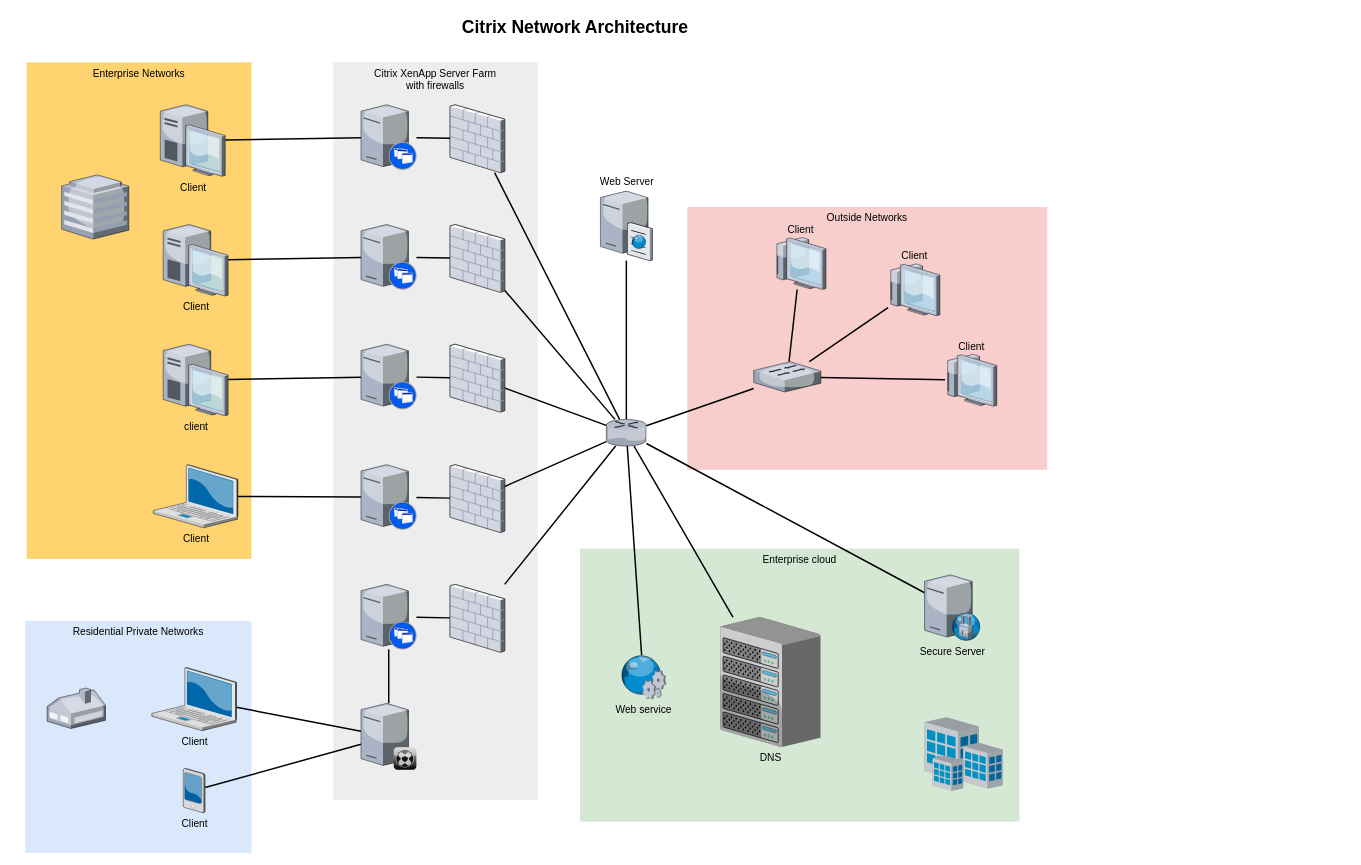
Before: architecture/mall-architecture.drawio in kyoDaddy/spring-cloud-multi-module, a draw.io diagram. Source tidied: cells renumbered, new cells numbered last; positions are measured from the earlier drawing's top-left corner, leaving out a move shared by most shapes. Both pictures are drawn from the tidied source at 73%, with x=0, y=0 at pixel (25, 12).
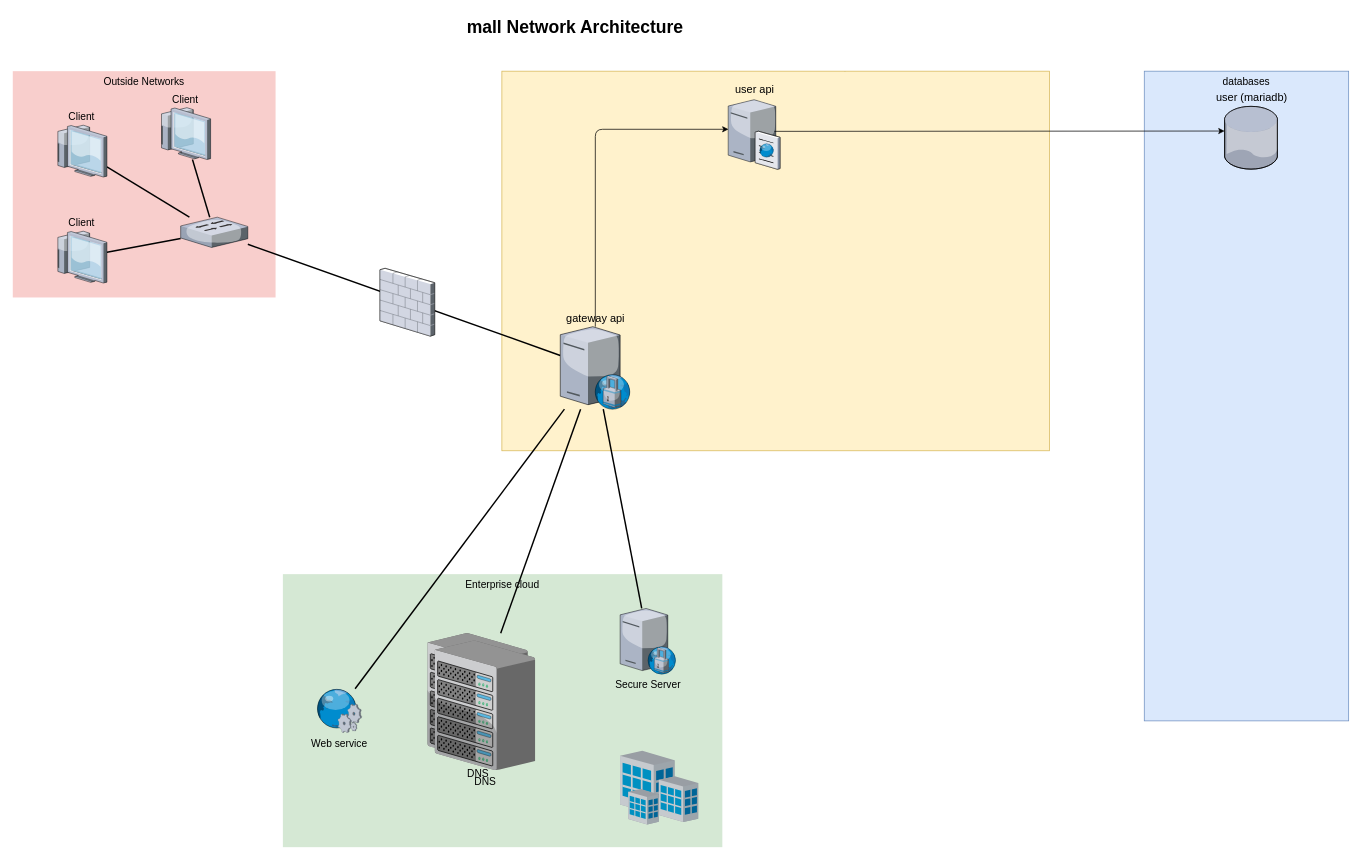
The same diagram, later.

Diff of the diagram source:
```diff
@@
+    <mxCell id="62" style="edgeStyle=orthogonalEdgeStyle;rounded=0;jettySize=auto;html=1;" parent="1" edge="1" source="63">
+      <mxGeometry relative="1" as="geometry">
+        <mxPoint x="1123" y="180" as="targetPoint" />
+        <Array as="points">
+          <mxPoint x="793" y="180" />
+        </Array>
+      </mxGeometry>
+    </mxCell>
+    <mxCell id="63" style="whiteSpace=wrap;html=1;fillColor=#fff2cc;fontSize=14;strokeColor=#d6b656;verticalAlign=top;" parent="1" vertex="1">
+      <mxGeometry x="653" y="80" width="750" height="520" as="geometry" />
+    </mxCell>
     <mxCell id="2" value="Outside Networks" style="whiteSpace=wrap;html=1;fillColor=#f8cecc;fontSize=14;strokeColor=none;verticalAlign=top;" parent="1" vertex="1">
-      <mxGeometry x="907" y="266" width="493" height="360" as="geometry" />
+      <mxGeometry x="-17" y="80" width="360" height="310" as="geometry" />
     </mxCell>
     <mxCell id="3" value="Enterprise cloud" style="whiteSpace=wrap;html=1;fillColor=#d5e8d4;fontSize=14;strokeColor=none;verticalAlign=top;" parent="1" vertex="1">
-      <mxGeometry x="760" y="734" width="602" height="374" as="geometry" />
+      <mxGeometry x="353" y="769" width="602" height="374" as="geometry" />
     </mxCell>
-    <mxCell id="4" value="Citrix XenApp Server Farm&lt;div&gt;with firewalls&lt;/div&gt;" style="whiteSpace=wrap;html=1;fillColor=#EDEDED;fontSize=14;strokeColor=none;verticalAlign=top;" parent="1" vertex="1">
-      <mxGeometry x="422" y="68" width="280" height="1010" as="geometry" />
-    </mxCell>
-    <mxCell id="5" value="Residential Private Networks" style="whiteSpace=wrap;html=1;fillColor=#dae8fc;fontSize=14;strokeColor=none;verticalAlign=top;" parent="1" vertex="1">
-      <mxGeometry y="833" width="310" height="318" as="geometry" />
-    </mxCell>
-    <mxCell id="6" value="Enterprise Networks" style="whiteSpace=wrap;html=1;fillColor=#FFD470;gradientColor=none;fontSize=14;strokeColor=none;verticalAlign=top;" parent="1" vertex="1">
-      <mxGeometry x="2" y="68" width="308" height="680" as="geometry" />
-    </mxCell>
-    <mxCell id="7" style="edgeStyle=none;rounded=0;html=1;startSize=10;endSize=10;jettySize=auto;fontSize=14;endArrow=none;endFill=0;strokeWidth=2;" parent="1" edge="1" source="8" target="35">
-      <mxGeometry relative="1" as="geometry" />
-    </mxCell>
-    <mxCell id="8" value="Client" style="verticalLabelPosition=bottom;html=1;verticalAlign=top;strokeColor=none;shape=mxgraph.citrix.laptop_2;fillColor=#66B2FF;gradientColor=#0066CC;fontSize=14;" parent="1" vertex="1">
-      <mxGeometry x="173.5" y="897" width="116" height="86.5" as="geometry" />
-    </mxCell>
-    <mxCell id="9" style="edgeStyle=none;rounded=0;html=1;startSize=10;endSize=10;jettySize=auto;fontSize=14;endArrow=none;endFill=0;strokeWidth=2;" parent="1" edge="1" source="10" target="22">
-      <mxGeometry relative="1" as="geometry" />
-    </mxCell>
-    <mxCell id="10" value="Client" style="verticalLabelPosition=bottom;html=1;verticalAlign=top;strokeColor=none;shape=mxgraph.citrix.laptop_2;fillColor=#66B2FF;gradientColor=#0066CC;fontSize=14;" parent="1" vertex="1">
-      <mxGeometry x="175.5" y="619" width="116" height="86.5" as="geometry" />
-    </mxCell>
-    <mxCell id="11" style="edgeStyle=none;rounded=0;html=1;startSize=10;endSize=10;jettySize=auto;fontSize=14;endArrow=none;endFill=0;strokeWidth=2;" parent="1" edge="1" source="12" target="24">
-      <mxGeometry relative="1" as="geometry" />
-    </mxCell>
-    <mxCell id="12" value="client" style="verticalLabelPosition=bottom;html=1;verticalAlign=top;strokeColor=none;shape=mxgraph.citrix.desktop;fillColor=#66B2FF;gradientColor=#0066CC;fontSize=14;" parent="1" vertex="1">
-      <mxGeometry x="189" y="454" width="89" height="98" as="geometry" />
-    </mxCell>
-    <mxCell id="13" style="edgeStyle=none;rounded=0;html=1;startSize=10;endSize=10;jettySize=auto;fontSize=14;endArrow=none;endFill=0;strokeWidth=2;" parent="1" edge="1" source="14" target="26">
-      <mxGeometry relative="1" as="geometry" />
-    </mxCell>
-    <mxCell id="14" value="Client" style="verticalLabelPosition=bottom;html=1;verticalAlign=top;strokeColor=none;shape=mxgraph.citrix.desktop;fillColor=#66B2FF;gradientColor=#0066CC;fontSize=14;" parent="1" vertex="1">
-      <mxGeometry x="189" y="290" width="89" height="98" as="geometry" />
-    </mxCell>
-    <mxCell id="15" style="edgeStyle=none;rounded=0;html=1;startSize=10;endSize=10;jettySize=auto;fontSize=14;endArrow=none;endFill=0;strokeWidth=2;" parent="1" edge="1" source="16" target="28">
-      <mxGeometry relative="1" as="geometry" />
-    </mxCell>
-    <mxCell id="16" value="Client" style="verticalLabelPosition=bottom;html=1;verticalAlign=top;strokeColor=none;shape=mxgraph.citrix.desktop;fillColor=#66B2FF;gradientColor=#0066CC;fontSize=14;" parent="1" vertex="1">
-      <mxGeometry x="185" y="126" width="89" height="98" as="geometry" />
-    </mxCell>
-    <mxCell id="17" style="edgeStyle=none;rounded=0;html=1;startSize=10;endSize=10;jettySize=auto;fontSize=14;endArrow=none;endFill=0;strokeWidth=2;" parent="1" edge="1" source="18" target="35">
-      <mxGeometry relative="1" as="geometry" />
-    </mxCell>
-    <mxCell id="18" value="Client" style="verticalLabelPosition=bottom;html=1;verticalAlign=top;strokeColor=none;shape=mxgraph.citrix.pda;fillColor=#66B2FF;gradientColor=#0066CC;fontSize=14;" parent="1" vertex="1">
-      <mxGeometry x="216.5" y="1035" width="30" height="61" as="geometry" />
-    </mxCell>
-    <mxCell id="19" style="edgeStyle=none;rounded=0;html=1;startSize=10;endSize=10;jettySize=auto;fontSize=14;endArrow=none;endFill=0;strokeWidth=2;" parent="1" edge="1" source="20" target="47">
-      <mxGeometry relative="1" as="geometry" />
-    </mxCell>
-    <mxCell id="20" style="verticalLabelPosition=bottom;html=1;verticalAlign=top;strokeColor=none;shape=mxgraph.citrix.xenapp_server;fillColor=#66B2FF;gradientColor=#0066CC;fontSize=14;" parent="1" vertex="1">
-      <mxGeometry x="460" y="783" width="76" height="89" as="geometry" />
-    </mxCell>
-    <mxCell id="21" style="edgeStyle=none;rounded=0;html=1;startSize=10;endSize=10;jettySize=auto;fontSize=14;endArrow=none;endFill=0;strokeWidth=2;" parent="1" edge="1" source="22" target="45">
-      <mxGeometry relative="1" as="geometry" />
-    </mxCell>
-    <mxCell id="22" style="verticalLabelPosition=bottom;html=1;verticalAlign=top;strokeColor=none;shape=mxgraph.citrix.xenapp_server;fillColor=#66B2FF;gradientColor=#0066CC;fontSize=14;" parent="1" vertex="1">
-      <mxGeometry x="460" y="619" width="76" height="89" as="geometry" />
-    </mxCell>
-    <mxCell id="23" style="edgeStyle=none;rounded=0;html=1;startSize=10;endSize=10;jettySize=auto;fontSize=14;endArrow=none;endFill=0;strokeWidth=2;" parent="1" edge="1" source="24" target="43">
-      <mxGeometry relative="1" as="geometry" />
-    </mxCell>
-    <mxCell id="24" style="verticalLabelPosition=bottom;html=1;verticalAlign=top;strokeColor=none;shape=mxgraph.citrix.xenapp_server;fillColor=#66B2FF;gradientColor=#0066CC;fontSize=14;" parent="1" vertex="1">
-      <mxGeometry x="460" y="454" width="76" height="89" as="geometry" />
-    </mxCell>
-    <mxCell id="25" style="edgeStyle=none;rounded=0;html=1;startSize=10;endSize=10;jettySize=auto;fontSize=14;endArrow=none;endFill=0;strokeWidth=2;" parent="1" edge="1" source="26" target="41">
-      <mxGeometry relative="1" as="geometry" />
-    </mxCell>
-    <mxCell id="26" style="verticalLabelPosition=bottom;html=1;verticalAlign=top;strokeColor=none;shape=mxgraph.citrix.xenapp_server;fillColor=#66B2FF;gradientColor=#0066CC;fontSize=14;" parent="1" vertex="1">
-      <mxGeometry x="460" y="290" width="76" height="89" as="geometry" />
-    </mxCell>
-    <mxCell id="27" style="edgeStyle=none;rounded=0;html=1;startSize=10;endSize=10;jettySize=auto;fontSize=14;endArrow=none;endFill=0;strokeWidth=2;" parent="1" edge="1" source="28" target="39">
-      <mxGeometry relative="1" as="geometry" />
-    </mxCell>
-    <mxCell id="28" style="verticalLabelPosition=bottom;html=1;verticalAlign=top;strokeColor=none;shape=mxgraph.citrix.xenapp_server;fillColor=#66B2FF;gradientColor=#0066CC;fontSize=14;" parent="1" vertex="1">
-      <mxGeometry x="460" y="126" width="76" height="89" as="geometry" />
-    </mxCell>
-    <mxCell id="29" style="edgeStyle=none;rounded=0;html=1;startSize=10;endSize=10;jettySize=auto;fontSize=14;endArrow=none;endFill=0;strokeWidth=2;" parent="1" edge="1" source="33" target="37">
+    <mxCell id="29" style="edgeStyle=none;rounded=0;html=1;startSize=10;endSize=10;jettySize=auto;fontSize=14;endArrow=none;endFill=0;strokeWidth=2;" parent="1" edge="1" source="69" target="37">
       <mxGeometry relative="1" as="geometry" />
     </mxCell>
-    <mxCell id="30" style="edgeStyle=none;rounded=0;html=1;startSize=10;endSize=10;jettySize=auto;fontSize=14;endArrow=none;endFill=0;strokeWidth=2;" parent="1" edge="1" source="33" target="36">
-      <mxGeometry relative="1" as="geometry" />
-    </mxCell>
-    <mxCell id="31" style="edgeStyle=none;rounded=0;html=1;startSize=10;endSize=10;jettySize=auto;fontSize=14;endArrow=none;endFill=0;strokeWidth=2;" parent="1" edge="1" source="33" target="54">
+    <mxCell id="31" style="edgeStyle=none;rounded=0;html=1;startSize=10;endSize=10;jettySize=auto;fontSize=14;endArrow=none;endFill=0;strokeWidth=2;" parent="1" edge="1" source="69" target="54">
       <mxGeometry relative="1" as="geometry" />
     </mxCell>
-    <mxCell id="32" style="edgeStyle=none;rounded=0;html=1;startSize=10;endSize=10;jettySize=auto;fontSize=14;endArrow=none;endFill=0;strokeWidth=2;" parent="1" edge="1" source="33" target="50">
+    <mxCell id="32" style="edgeStyle=none;rounded=0;html=1;startSize=10;endSize=10;jettySize=auto;fontSize=14;endArrow=none;endFill=0;strokeWidth=2;" parent="1" edge="1" source="69" target="50">
       <mxGeometry relative="1" as="geometry" />
     </mxCell>
-    <mxCell id="33" style="verticalLabelPosition=bottom;html=1;verticalAlign=top;strokeColor=none;shape=mxgraph.citrix.router;fillColor=#66B2FF;gradientColor=#0066CC;fontSize=14;" parent="1" vertex="1">
-      <mxGeometry x="796" y="557" width="55" height="36.5" as="geometry" />
-    </mxCell>
-    <mxCell id="34" style="edgeStyle=none;rounded=0;html=1;startSize=10;endSize=10;jettySize=auto;fontSize=14;endArrow=none;endFill=0;strokeWidth=2;" parent="1" edge="1" source="35" target="20">
-      <mxGeometry relative="1" as="geometry" />
-    </mxCell>
-    <mxCell id="35" style="verticalLabelPosition=bottom;html=1;verticalAlign=top;strokeColor=none;shape=mxgraph.citrix.xenclient_synchronizer;fillColor=#CCCCCC;gradientColor=#000000;gradientDirection=south;fontSize=14;" parent="1" vertex="1">
-      <mxGeometry x="460" y="946" width="76" height="91" as="geometry" />
-    </mxCell>
-    <mxCell id="36" value="Web Server" style="verticalLabelPosition=top;html=1;verticalAlign=bottom;strokeColor=none;shape=mxgraph.citrix.cache_server;fillColor=#66B2FF;gradientColor=#0066CC;fontSize=14;labelPosition=center;align=center;" parent="1" vertex="1">
-      <mxGeometry x="788" y="242" width="71" height="97.5" as="geometry" />
-    </mxCell>
     <mxCell id="37" value="DNS" style="verticalLabelPosition=bottom;html=1;verticalAlign=top;strokeColor=none;shape=mxgraph.citrix.chassis;fillColor=#66B2FF;gradientColor=#0066CC;fontSize=14;" parent="1" vertex="1">
-      <mxGeometry x="952" y="828" width="137.5" height="177.5" as="geometry" />
+      <mxGeometry x="551" y="850" width="137.5" height="177.5" as="geometry" />
     </mxCell>
-    <mxCell id="38" style="edgeStyle=none;rounded=0;html=1;startSize=10;endSize=10;jettySize=auto;fontSize=14;endArrow=none;endFill=0;strokeWidth=2;" parent="1" edge="1" source="39" target="33">
-      <mxGeometry relative="1" as="geometry" />
-    </mxCell>
-    <mxCell id="39" style="verticalLabelPosition=bottom;html=1;verticalAlign=top;strokeColor=none;shape=mxgraph.citrix.firewall;fillColor=#66B2FF;gradientColor=#0066CC;fontSize=14;" parent="1" vertex="1">
-      <mxGeometry x="582" y="126" width="75" height="93" as="geometry" />
-    </mxCell>
-    <mxCell id="40" style="edgeStyle=none;rounded=0;html=1;startSize=10;endSize=10;jettySize=auto;fontSize=14;endArrow=none;endFill=0;strokeWidth=2;" parent="1" edge="1" source="41" target="33">
-      <mxGeometry relative="1" as="geometry" />
-    </mxCell>
-    <mxCell id="41" style="verticalLabelPosition=bottom;html=1;verticalAlign=top;strokeColor=none;shape=mxgraph.citrix.firewall;fillColor=#66B2FF;gradientColor=#0066CC;fontSize=14;" parent="1" vertex="1">
-      <mxGeometry x="582" y="290" width="75" height="93" as="geometry" />
-    </mxCell>
-    <mxCell id="42" style="edgeStyle=none;rounded=0;html=1;startSize=10;endSize=10;jettySize=auto;fontSize=14;endArrow=none;endFill=0;strokeWidth=2;" parent="1" edge="1" source="43" target="33">
-      <mxGeometry relative="1" as="geometry" />
-    </mxCell>
-    <mxCell id="43" style="verticalLabelPosition=bottom;html=1;verticalAlign=top;strokeColor=none;shape=mxgraph.citrix.firewall;fillColor=#66B2FF;gradientColor=#0066CC;fontSize=14;" parent="1" vertex="1">
-      <mxGeometry x="582" y="454" width="75" height="93" as="geometry" />
-    </mxCell>
-    <mxCell id="44" style="edgeStyle=none;rounded=0;html=1;startSize=10;endSize=10;jettySize=auto;fontSize=14;endArrow=none;endFill=0;strokeWidth=2;" parent="1" edge="1" source="45" target="33">
-      <mxGeometry relative="1" as="geometry" />
-    </mxCell>
-    <mxCell id="45" style="verticalLabelPosition=bottom;html=1;verticalAlign=top;strokeColor=none;shape=mxgraph.citrix.firewall;fillColor=#66B2FF;gradientColor=#0066CC;fontSize=14;" parent="1" vertex="1">
-      <mxGeometry x="582" y="619" width="75" height="93" as="geometry" />
-    </mxCell>
-    <mxCell id="46" style="edgeStyle=none;rounded=0;html=1;startSize=10;endSize=10;jettySize=auto;fontSize=14;endArrow=none;endFill=0;strokeWidth=2;" parent="1" edge="1" source="47" target="33">
-      <mxGeometry relative="1" as="geometry" />
-    </mxCell>
-    <mxCell id="47" style="verticalLabelPosition=bottom;html=1;verticalAlign=top;strokeColor=none;shape=mxgraph.citrix.firewall;fillColor=#66B2FF;gradientColor=#0066CC;fontSize=14;" parent="1" vertex="1">
-      <mxGeometry x="582" y="783" width="75" height="93" as="geometry" />
-    </mxCell>
-    <mxCell id="48" style="verticalLabelPosition=bottom;html=1;verticalAlign=top;strokeColor=none;shape=mxgraph.citrix.home_office;fillColor=#66B2FF;gradientColor=#0066CC;fontSize=14;" parent="1" vertex="1">
-      <mxGeometry x="30" y="925" width="80" height="55.5" as="geometry" />
-    </mxCell>
-    <mxCell id="49" style="verticalLabelPosition=bottom;html=1;verticalAlign=top;strokeColor=none;shape=mxgraph.citrix.hq_enterprise;fillColor=#66B2FF;gradientColor=#0066CC;fontSize=14;" parent="1" vertex="1">
-      <mxGeometry x="50" y="222" width="92" height="88" as="geometry" />
-    </mxCell>
     <mxCell id="50" value="Secure Server" style="verticalLabelPosition=bottom;html=1;verticalAlign=top;strokeColor=none;shape=mxgraph.citrix.proxy_server;fillColor=#66B2FF;gradientColor=#0066CC;fontSize=14;" parent="1" vertex="1">
-      <mxGeometry x="1232" y="770" width="76.5" height="90" as="geometry" />
+      <mxGeometry x="815" y="816" width="76.5" height="90" as="geometry" />
     </mxCell>
@@
     <mxCell id="54" style="verticalLabelPosition=bottom;html=1;verticalAlign=top;strokeColor=none;shape=mxgraph.citrix.switch;fillColor=#66B2FF;gradientColor=#0066CC;fontSize=14;" parent="1" vertex="1">
-      <mxGeometry x="998" y="478" width="92" height="41.5" as="geometry" />
+      <mxGeometry x="213" y="280" width="92" height="41.5" as="geometry" />
     </mxCell>
     <mxCell id="55" value="Client" style="verticalLabelPosition=top;html=1;verticalAlign=bottom;strokeColor=none;shape=mxgraph.citrix.thin_client;fillColor=#66B2FF;gradientColor=#0066CC;fontSize=14;labelPosition=center;align=center;" parent="1" vertex="1">
-      <mxGeometry x="1260" y="468" width="71" height="71" as="geometry" />
+      <mxGeometry x="41" y="299.2" width="71" height="71" as="geometry" />
     </mxCell>
     <mxCell id="56" value="Client" style="verticalLabelPosition=top;html=1;verticalAlign=bottom;strokeColor=none;shape=mxgraph.citrix.thin_client;fillColor=#66B2FF;gradientColor=#0066CC;fontSize=14;labelPosition=center;align=center;" parent="1" vertex="1">
-      <mxGeometry x="1182" y="344" width="71" height="71" as="geometry" />
+      <mxGeometry x="183" y="130" width="71" height="71" as="geometry" />
     </mxCell>
     <mxCell id="57" value="Client" style="verticalLabelPosition=top;html=1;verticalAlign=bottom;strokeColor=none;shape=mxgraph.citrix.thin_client;fillColor=#66B2FF;gradientColor=#0066CC;fontSize=14;labelPosition=center;align=center;" parent="1" vertex="1">
-      <mxGeometry x="1026" y="308" width="71" height="71" as="geometry" />
+      <mxGeometry x="41" y="154" width="71" height="71" as="geometry" />
     </mxCell>
-    <mxCell id="58" style="edgeStyle=none;rounded=0;html=1;startSize=10;endSize=10;jettySize=auto;fontSize=14;endArrow=none;endFill=0;strokeWidth=2;" parent="1" edge="1" source="59" target="33">
+    <mxCell id="58" style="edgeStyle=none;rounded=0;html=1;startSize=10;endSize=10;jettySize=auto;fontSize=14;endArrow=none;endFill=0;strokeWidth=2;" parent="1" edge="1" source="59" target="69">
       <mxGeometry relative="1" as="geometry" />
     </mxCell>
     <mxCell id="59" value="Web service" style="verticalLabelPosition=bottom;html=1;verticalAlign=top;strokeColor=none;shape=mxgraph.citrix.web_service;fillColor=#66B2FF;gradientColor=#0066CC;fontSize=14;" parent="1" vertex="1">
-      <mxGeometry x="815" y="880" width="63" height="60" as="geometry" />
+      <mxGeometry x="398" y="926" width="63" height="60" as="geometry" />
     </mxCell>
     <mxCell id="60" style="verticalLabelPosition=bottom;html=1;verticalAlign=top;strokeColor=none;shape=mxgraph.citrix.site;fillColor=#66B2FF;gradientColor=#0066CC;fontSize=14;" parent="1" vertex="1">
-      <mxGeometry x="1232" y="965" width="107" height="101" as="geometry" />
+      <mxGeometry x="815" y="1011" width="107" height="101" as="geometry" />
     </mxCell>
-    <mxCell id="61" value="Citrix Network Architecture" style="text;strokeColor=none;fillColor=none;html=1;fontSize=24;fontStyle=1;verticalAlign=middle;align=center;" parent="1" vertex="1">
+    <mxCell id="61" value="mall Network Architecture" style="text;strokeColor=none;fillColor=none;html=1;fontSize=24;fontStyle=1;verticalAlign=middle;align=center;" parent="1" vertex="1">
       <mxGeometry x="322" width="861" height="40" as="geometry" />
     </mxCell>
+    <mxCell id="64" value="DNS" style="verticalLabelPosition=bottom;html=1;verticalAlign=top;strokeColor=none;shape=mxgraph.citrix.chassis;fillColor=#66B2FF;gradientColor=#0066CC;fontSize=14;" parent="1" vertex="1">
+      <mxGeometry x="561" y="860" width="137.5" height="177.5" as="geometry" />
+    </mxCell>
+    <mxCell id="65" value="user api" style="verticalLabelPosition=top;html=1;verticalAlign=bottom;strokeColor=none;shape=mxgraph.citrix.cache_server;fillColor=#66B2FF;gradientColor=#0066CC;fontSize=15;labelPosition=center;align=center;" parent="1" vertex="1">
+      <mxGeometry x="963" y="116.8" width="71" height="97.5" as="geometry" />
+    </mxCell>
+    <mxCell id="66" value="databases" style="whiteSpace=wrap;html=1;fillColor=#dae8fc;fontSize=14;strokeColor=#6c8ebf;verticalAlign=top;" parent="1" vertex="1">
+      <mxGeometry x="1533" y="80" width="280" height="890" as="geometry" />
+    </mxCell>
+    <mxCell id="67" value="user (mariadb)" style="verticalLabelPosition=top;html=1;verticalAlign=bottom;strokeColor=none;align=center;outlineConnect=0;shape=mxgraph.citrix.database;labelPosition=center;fontSize=15;" parent="1" vertex="1">
+      <mxGeometry x="1643" y="128.2" width="73.1" height="86" as="geometry" />
+    </mxCell>
+    <mxCell id="68" style="verticalLabelPosition=bottom;html=1;verticalAlign=top;strokeColor=none;align=center;shape=mxgraph.citrix.firewall;" parent="1" vertex="1">
+      <mxGeometry x="486" y="350" width="75" height="93" as="geometry" />
+    </mxCell>
+    <mxCell id="69" value="gateway api&lt;br style=&quot;font-size: 15px;&quot;&gt;" style="verticalLabelPosition=top;html=1;verticalAlign=bottom;strokeColor=none;align=center;outlineConnect=0;shape=mxgraph.citrix.proxy_server;flipH=0;flipV=0;direction=east;horizontal=1;labelPosition=center;fontSize=15;" parent="1" vertex="1">
+      <mxGeometry x="733" y="430" width="96" height="113" as="geometry" />
+    </mxCell>
+    <mxCell id="70" style="edgeStyle=elbowEdgeStyle;elbow=horizontal;endArrow=classic;html=1;entryX=0.006;entryY=0.439;entryDx=0;entryDy=0;entryPerimeter=0;" parent="1" edge="1" source="69" target="65">
+      <mxGeometry relative="1" as="geometry">
+        <Array as="points">
+          <mxPoint x="781" y="320" />
+          <mxPoint x="893" y="360" />
+        </Array>
+      </mxGeometry>
+    </mxCell>
+    <mxCell id="71" style="edgeStyle=elbowEdgeStyle;elbow=vertical;endArrow=classic;html=1;exitX=0.891;exitY=0.468;exitDx=0;exitDy=0;exitPerimeter=0;" parent="1" edge="1" source="65" target="67">
+      <mxGeometry relative="1" as="geometry" />
+    </mxCell>
```
